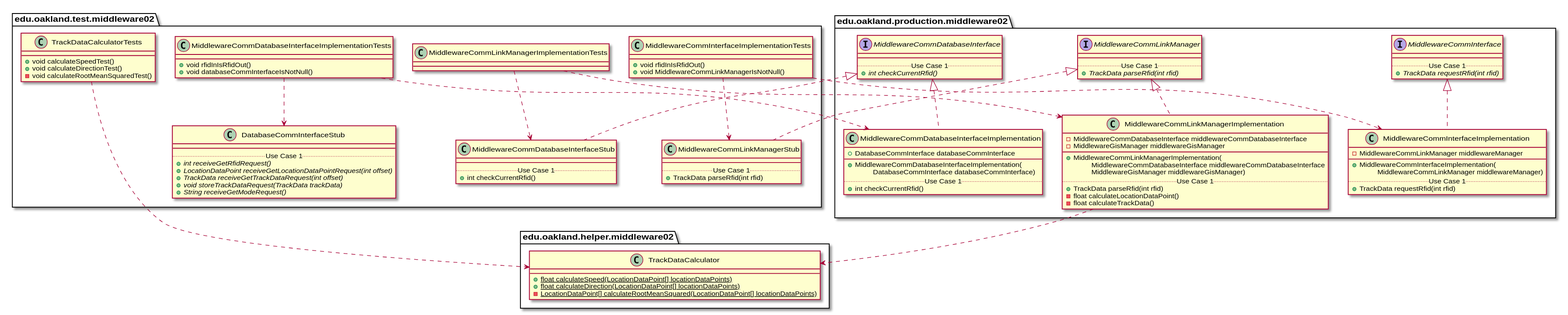
Earlier version of the PlantUML export docs/uml-class-diagrams/middleware02/Middleware02Packages_InternalDependencies.svg (casher-ou/csi-3370-software-project).
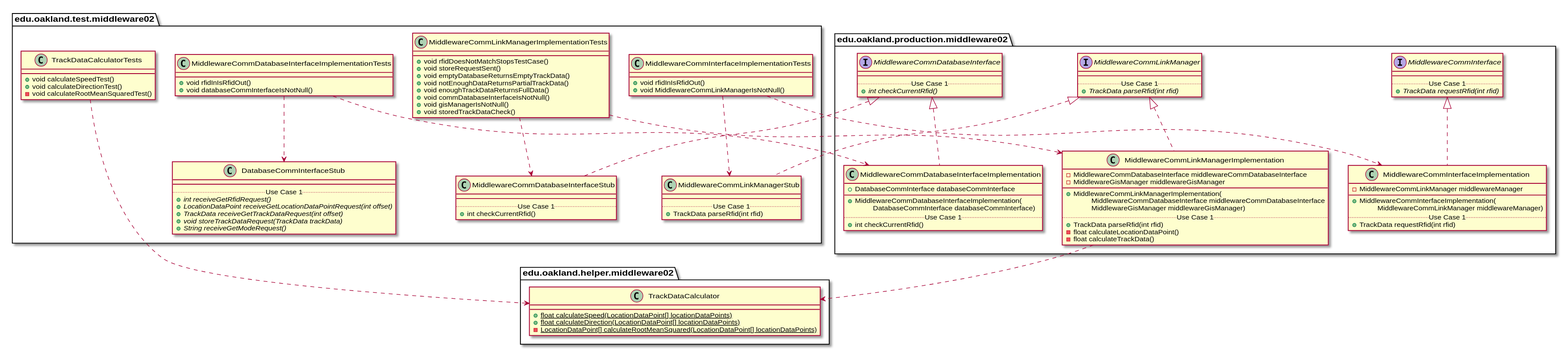
After the commit.

The edit, as a diff of the source:
```diff
@@ -120,6 +120,14 @@
 
 package edu.oakland.test.middleware02 {
     class MiddlewareCommLinkManagerImplementationTests {
+        + void rfidDoesNotMatchStopsTestCase()
+        + void storeRequestSent()
+        + void emptyDatabaseReturnsEmptyTrackData()
+        + void notEnoughDataReturnsPartialTrackData()
+        + void enoughTrackDataReturnsFullData()
+        + void commDatabaseInterfaceIsNotNull()
+        + void gisManagerIsNotNull()
+        + void storedTrackDataCheck()
     }
 }
 
```
